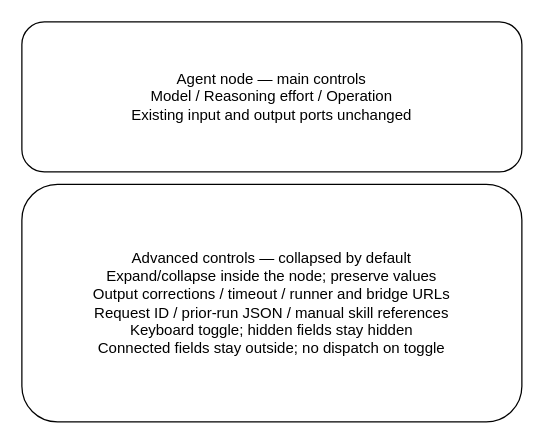
This is projects/laomedo/subsystems/agent-execution/design/agent-node-controls.drawio from amadou-6e/specs, a draw.io file, before an edit. Source tidied: cells renumbered, new cells numbered last; positions are measured from the earlier drawing's top-left corner, leaving out a move shared by most shapes. Both pictures are drawn from the tidied source at 125%, with x=0, y=0 at pixel (21, 21).
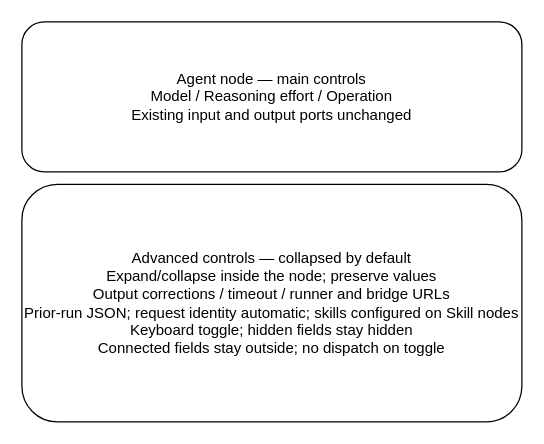
The same diagram, later.

Commit message (it also covers changes not shown here):
Assign skill selection to Skill nodes and automate request identity

Diff of the diagram source:
```diff
@@
 <mxGraphModel>
   <root>
     <mxCell id="0" />
     <mxCell id="1" parent="0" />
     <mxCell id="2" value="Agent node — main controls&#10;Model / Reasoning effort / Operation&#10;Existing input and output ports unchanged" style="rounded=1;whiteSpace=wrap;html=0;" parent="1" vertex="1">
       <mxGeometry width="400" height="120" as="geometry" />
     </mxCell>
-    <mxCell id="3" value="Advanced controls — collapsed by default&#10;Expand/collapse inside the node; preserve values&#10;Output corrections / timeout / runner and bridge URLs&#10;Request ID / prior-run JSON / manual skill references&#10;Keyboard toggle; hidden fields stay hidden&#10;Connected fields stay outside; no dispatch on toggle" style="rounded=1;whiteSpace=wrap;html=0;" parent="1" vertex="1">
+    <mxCell id="3" value="Advanced controls — collapsed by default&#10;Expand/collapse inside the node; preserve values&#10;Output corrections / timeout / runner and bridge URLs&#10;Prior-run JSON; request identity automatic; skills configured on Skill nodes&#10;Keyboard toggle; hidden fields stay hidden&#10;Connected fields stay outside; no dispatch on toggle" style="rounded=1;whiteSpace=wrap;html=0;" parent="1" vertex="1">
       <mxGeometry y="130" width="400" height="190" as="geometry" />
     </mxCell>
   </root>
 </mxGraphModel>
```
